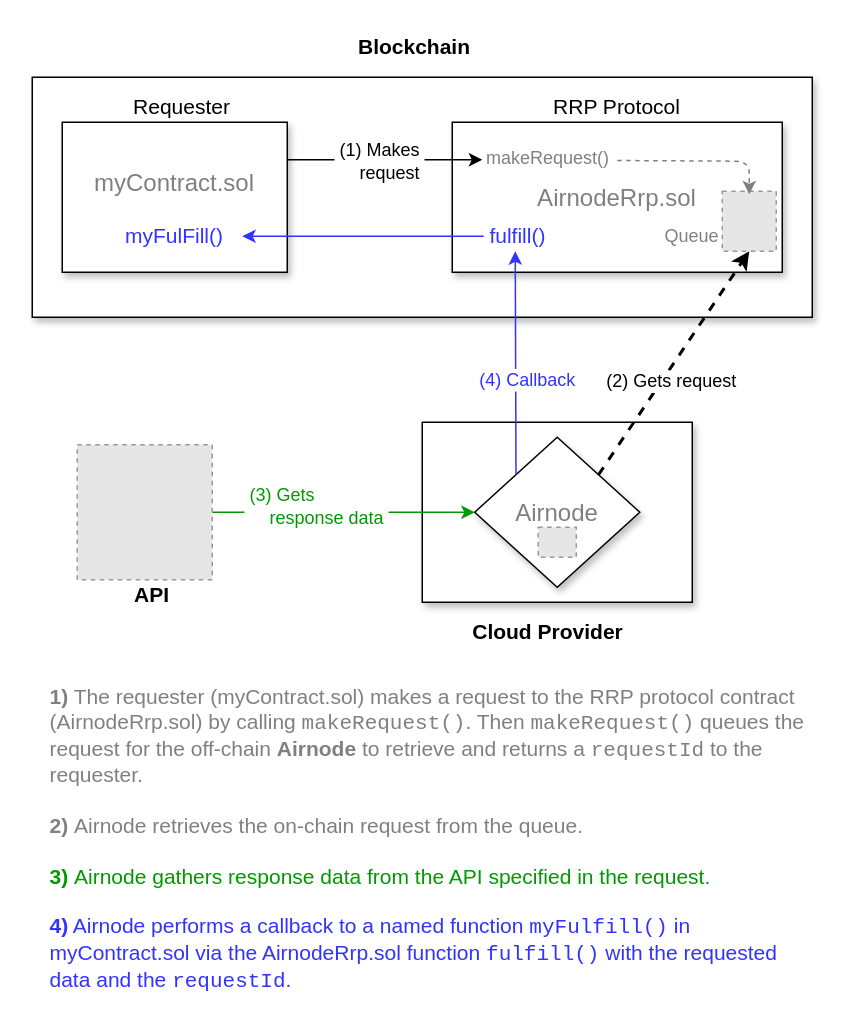
Earlier version of the draw.io diagram docs/next/assets/diagrams/developer-overview.drawio (api3dao/old-api3-docs). Source tidied: cells renumbered, new cells numbered last; positions are measured from the earlier drawing's top-left corner, leaving out a move shared by most shapes. Both pictures are drawn from the tidied source at 150%, with x=0, y=0 at pixel (32, 32). Pictures stored in the file or linked from it are replaced by grey dashed boxes.
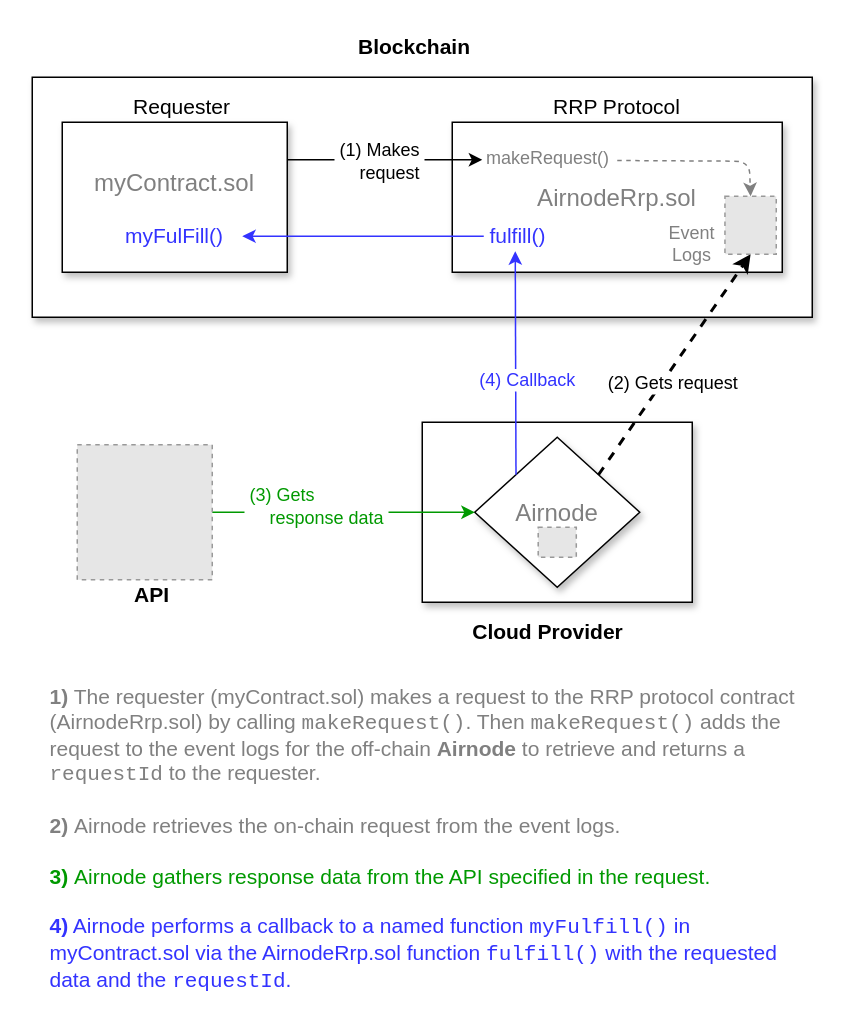
After the change.

The change refers to these unchanged cells:
```xml
<mxCell id="9" value="&lt;font style=&quot;font-size: 16px&quot; color=&quot;#808080&quot;&gt;Airnode&lt;/font&gt;" style="rhombus;whiteSpace=wrap;html=1;shadow=1;" parent="1" vertex="1">
  <mxGeometry x="295" y="270" width="110" height="100" as="geometry" />
</mxCell>
```

Change to the diagram source:
```diff
@@
-    <mxCell id="12" style="endArrow=classic;html=1;dashed=1;entryX=0.5;entryY=1;entryDx=0;entryDy=0;exitX=1;exitY=0;exitDx=0;exitDy=0;strokeWidth=2;" parent="1" edge="1" source="9" target="24">
+    <mxCell id="12" style="endArrow=classic;html=1;dashed=1;entryX=0.5;entryY=1;entryDx=0;entryDy=0;exitX=1;exitY=0;exitDx=0;exitDy=0;strokeWidth=2;" parent="1" edge="1" source="9" target="31">
       <mxGeometry relative="1" as="geometry" />
     </mxCell>
@@
-    <mxCell id="20" value="&lt;font style=&quot;font-size: 14px&quot;&gt;&lt;font style=&quot;font-size: 14px&quot;&gt;&lt;font color=&quot;#808080&quot; style=&quot;font-size: 14px&quot;&gt;&lt;font style=&quot;font-size: 14px&quot;&gt;&lt;b style=&quot;font-size: 14px&quot;&gt;1)&lt;/b&gt; The requester (myContract.sol) makes a request to the RRP protocol contract&amp;nbsp; (AirnodeRrp.sol) by calling &lt;font face=&quot;Courier New&quot;&gt;makeRequest()&lt;/font&gt;. Then&amp;nbsp;&lt;/font&gt;&lt;/font&gt;&lt;span style=&quot;color: rgb(128 , 128 , 128)&quot;&gt;&lt;font face=&quot;Courier New&quot;&gt;makeRequest()&lt;/font&gt;&lt;/span&gt;&lt;font color=&quot;#808080&quot; style=&quot;font-size: 14px&quot;&gt;&lt;font style=&quot;font-size: 14px&quot;&gt;&amp;nbsp;queues the request for the off-chain&amp;nbsp;&lt;b&gt;Airnode&lt;/b&gt; to retrieve and returns a &lt;font face=&quot;Courier New&quot;&gt;requestId&lt;/font&gt; to the requester.&lt;br style=&quot;font-size: 14px&quot;&gt;&lt;/font&gt;&lt;br style=&quot;font-size: 14px&quot;&gt;&lt;font style=&quot;font-size: 14px&quot;&gt;&lt;b style=&quot;font-size: 14px&quot;&gt;2)&lt;/b&gt;&amp;nbsp;Airnode retrieves the on-chain request from the queue.&lt;br style=&quot;font-size: 14px&quot;&gt;&lt;/font&gt;&lt;br style=&quot;font-size: 14px&quot;&gt;&lt;/font&gt;&lt;font style=&quot;font-size: 14px&quot;&gt;&lt;font style=&quot;font-size: 14px&quot; color=&quot;#009900&quot;&gt;&lt;b style=&quot;font-size: 14px&quot;&gt;3)&lt;/b&gt;&amp;nbsp;Airnode gathers response data from the API specified in the request.&lt;/font&gt;&lt;br style=&quot;font-size: 14px&quot;&gt;&lt;/font&gt;&lt;br style=&quot;font-size: 14px&quot;&gt;&lt;b style=&quot;font-size: 14px&quot;&gt;4)&lt;/b&gt; &lt;/font&gt;&lt;font style=&quot;font-size: 14px&quot;&gt;&lt;font style=&quot;font-size: 14px&quot;&gt;Airnode&amp;nbsp;&lt;/font&gt;&lt;span style=&quot;background-color: rgb(255 , 255 , 255) ; font-size: 14px&quot;&gt;performs a callback to a named function &lt;font face=&quot;Courier New&quot;&gt;my&lt;font style=&quot;font-size: 14px&quot;&gt;Fulfill()&lt;/font&gt;&lt;/font&gt; in myContract.sol via the AirnodeRrp.sol function &lt;font face=&quot;Courier New&quot; style=&quot;font-size: 14px&quot;&gt;fulfill()&lt;/font&gt;&lt;font style=&quot;font-size: 14px&quot;&gt; with the requested data and the &lt;/font&gt;&lt;font face=&quot;Courier New&quot; style=&quot;font-size: 14px&quot;&gt;requestId&lt;/font&gt;.&lt;/span&gt;&lt;/font&gt;&lt;/font&gt;&lt;font style=&quot;font-size: 14px&quot; color=&quot;#000000&quot;&gt;&lt;br style=&quot;font-size: 14px&quot;&gt;&lt;/font&gt;" style="text;html=1;strokeColor=none;fillColor=none;align=left;verticalAlign=top;whiteSpace=wrap;rounded=0;fontSize=14;fontColor=#3333FF;" parent="1" vertex="1">
-      <mxGeometry x="10" y="428" width="510" height="130" as="geometry" />
+    <mxCell id="20" value="&lt;font style=&quot;font-size: 14px&quot;&gt;&lt;font style=&quot;font-size: 14px&quot;&gt;&lt;font color=&quot;#808080&quot; style=&quot;font-size: 14px&quot;&gt;&lt;font style=&quot;font-size: 14px&quot;&gt;&lt;b style=&quot;font-size: 14px&quot;&gt;1)&lt;/b&gt; The requester (myContract.sol) makes a request to the RRP protocol contract&amp;nbsp; (AirnodeRrp.sol) by calling &lt;font face=&quot;Courier New&quot;&gt;makeRequest()&lt;/font&gt;. Then&amp;nbsp;&lt;/font&gt;&lt;/font&gt;&lt;span style=&quot;color: rgb(128 , 128 , 128)&quot;&gt;&lt;font face=&quot;Courier New&quot;&gt;makeRequest()&lt;/font&gt;&lt;/span&gt;&lt;font color=&quot;#808080&quot; style=&quot;font-size: 14px&quot;&gt;&lt;font style=&quot;font-size: 14px&quot;&gt;&amp;nbsp;adds the request to the event logs for the off-chain&amp;nbsp;&lt;b&gt;Airnode&lt;/b&gt; to retrieve and returns a &lt;font face=&quot;Courier New&quot;&gt;requestId&lt;/font&gt; to the requester.&lt;br style=&quot;font-size: 14px&quot;&gt;&lt;/font&gt;&lt;br style=&quot;font-size: 14px&quot;&gt;&lt;font style=&quot;font-size: 14px&quot;&gt;&lt;b style=&quot;font-size: 14px&quot;&gt;2)&lt;/b&gt;&amp;nbsp;Airnode retrieves the on-chain request from the event logs.&lt;br style=&quot;font-size: 14px&quot;&gt;&lt;/font&gt;&lt;br style=&quot;font-size: 14px&quot;&gt;&lt;/font&gt;&lt;font style=&quot;font-size: 14px&quot;&gt;&lt;font style=&quot;font-size: 14px&quot; color=&quot;#009900&quot;&gt;&lt;b style=&quot;font-size: 14px&quot;&gt;3)&lt;/b&gt;&amp;nbsp;Airnode gathers response data from the API specified in the request.&lt;/font&gt;&lt;br style=&quot;font-size: 14px&quot;&gt;&lt;/font&gt;&lt;br style=&quot;font-size: 14px&quot;&gt;&lt;b style=&quot;font-size: 14px&quot;&gt;4)&lt;/b&gt; &lt;/font&gt;&lt;font style=&quot;font-size: 14px&quot;&gt;&lt;font style=&quot;font-size: 14px&quot;&gt;Airnode&amp;nbsp;&lt;/font&gt;&lt;span style=&quot;background-color: rgb(255 , 255 , 255) ; font-size: 14px&quot;&gt;performs a callback to a named function &lt;font face=&quot;Courier New&quot;&gt;my&lt;font style=&quot;font-size: 14px&quot;&gt;Fulfill()&lt;/font&gt;&lt;/font&gt; in myContract.sol via the AirnodeRrp.sol function &lt;font face=&quot;Courier New&quot; style=&quot;font-size: 14px&quot;&gt;fulfill()&lt;/font&gt;&lt;font style=&quot;font-size: 14px&quot;&gt; with the requested data and the &lt;/font&gt;&lt;font face=&quot;Courier New&quot; style=&quot;font-size: 14px&quot;&gt;requestId&lt;/font&gt;.&lt;/span&gt;&lt;/font&gt;&lt;/font&gt;&lt;font style=&quot;font-size: 14px&quot; color=&quot;#000000&quot;&gt;&lt;br style=&quot;font-size: 14px&quot;&gt;&lt;/font&gt;" style="text;html=1;strokeColor=none;fillColor=none;align=left;verticalAlign=top;whiteSpace=wrap;rounded=0;fontSize=14;fontColor=#3333FF;" parent="1" vertex="1">
+      <mxGeometry x="10" y="428" width="510" height="212" as="geometry" />
     </mxCell>
@@
-    <mxCell id="24" style="fillColor=#E6E6E6;strokeColor=#999999;dashed=1;verticalLabelPosition=bottom;labelBackgroundColor=#ffffff;verticalAlign=top;" parent="1" vertex="1">
-      <mxGeometry x="460" y="106" width="36" height="40" as="geometry" />
-    </mxCell>
@@
-    <mxCell id="26" style="endArrow=classic;dashed=1;html=1;fontSize=14;entryX=0.5;entryY=0;entryDx=0;entryDy=0;fontColor=#808080;strokeColor=#808080;endFill=1;" parent="1" edge="1">
+    <mxCell id="26" style="endArrow=classic;dashed=1;html=1;fontSize=14;entryX=0.5;entryY=0;entryDx=0;entryDy=0;fontColor=#808080;strokeColor=#808080;endFill=1;" parent="1" edge="1" target="31">
       <mxGeometry relative="1" as="geometry">
         <mxPoint x="390" y="85.5" as="sourcePoint" />
-        <mxPoint x="478" y="108" as="targetPoint" />
         <Array as="points">
           <mxPoint x="478" y="86" />
         </Array>
       </mxGeometry>
     </mxCell>
@@
-    <mxCell id="29" value="Queue" style="text;html=1;strokeColor=none;fillColor=none;align=center;verticalAlign=middle;whiteSpace=wrap;rounded=0;fontColor=#808080;" parent="1" vertex="1">
-      <mxGeometry x="420" y="126" width="40" height="20" as="geometry" />
+    <mxCell id="29" value="Event&lt;br&gt;Logs" style="text;html=1;strokeColor=none;fillColor=none;align=center;verticalAlign=middle;whiteSpace=wrap;rounded=0;fontColor=#808080;" parent="1" vertex="1">
+      <mxGeometry x="420" y="131" width="40" height="20" as="geometry" />
     </mxCell>
@@
+    <mxCell id="31" style="fillColor=#E6E6E6;strokeColor=#999999;dashed=1;verticalLabelPosition=bottom;labelBackgroundColor=#ffffff;verticalAlign=top;" parent="1" vertex="1">
+      <mxGeometry x="461.8" y="109.3" width="34.2" height="38.7" as="geometry" />
+    </mxCell>
```
